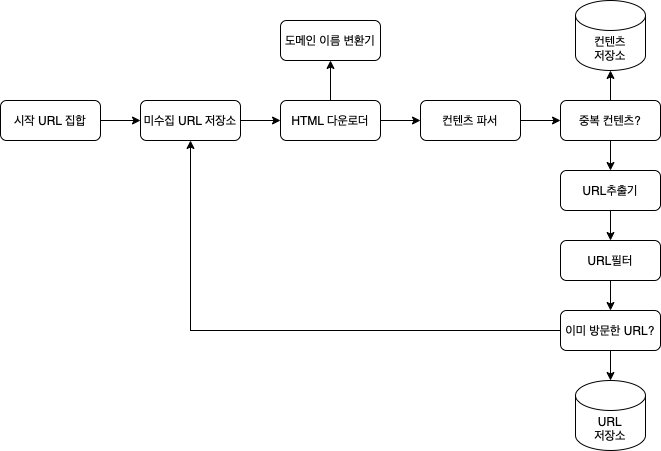
This is imgs/SSAFY/9_2.drawio.png from armitagenaver/cdns, a draw.io export, as it was before one commit. Source tidied: cells renumbered, new cells last; positions are measured from the earlier drawing's top-left corner, leaving out a move shared by most shapes.
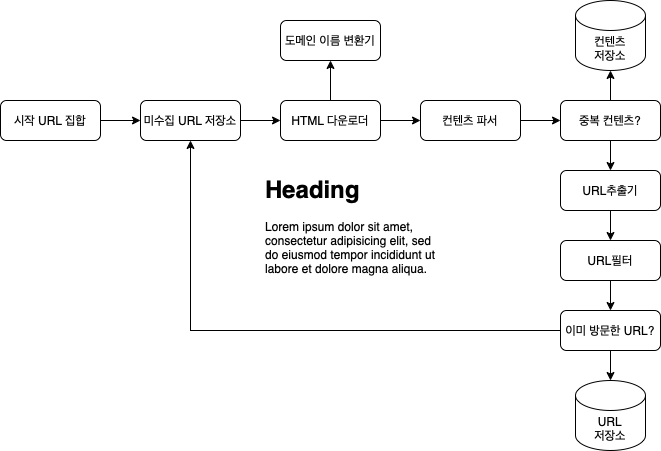
Later version of the same file.

Commit message:
9_2.drawio.png이 추가되었습니다.

Diff of the diagram source:
```diff
@@ -68,5 +68,8 @@
     <mxCell id="23" value="URL&lt;br&gt;저장소" style="shape=cylinder3;whiteSpace=wrap;html=1;boundedLbl=1;backgroundOutline=1;size=15;" parent="1" vertex="1">
       <mxGeometry x="575" y="380" width="70" height="70" as="geometry" />
     </mxCell>
+    <mxCell id="24" value="&lt;h1&gt;Heading&lt;/h1&gt;&lt;p&gt;Lorem ipsum dolor sit amet, consectetur adipisicing elit, sed do eiusmod tempor incididunt ut labore et dolore magna aliqua.&lt;/p&gt;" style="text;html=1;strokeColor=none;fillColor=none;spacing=5;spacingTop=-20;whiteSpace=wrap;overflow=hidden;rounded=0;" parent="1" vertex="1">
+      <mxGeometry x="260" y="170" width="190" height="120" as="geometry" />
+    </mxCell>
   </root>
 </mxGraphModel>
```
